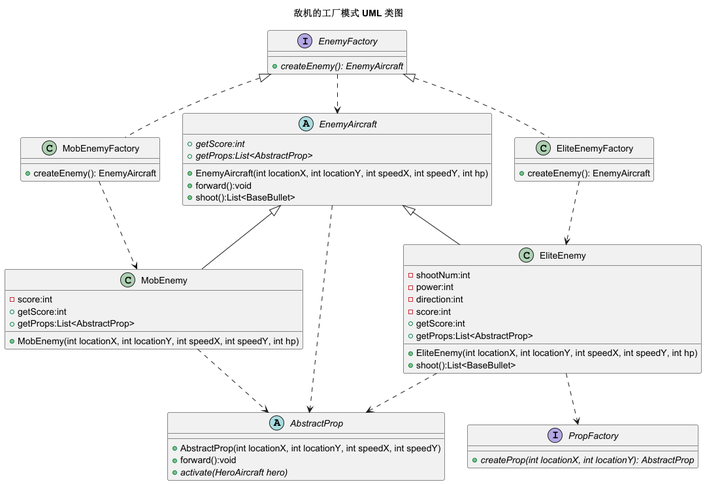
Earlier version of the PlantUML export uml/enemy-factory-pattern.png (SorenZhang574/AircraftWar).
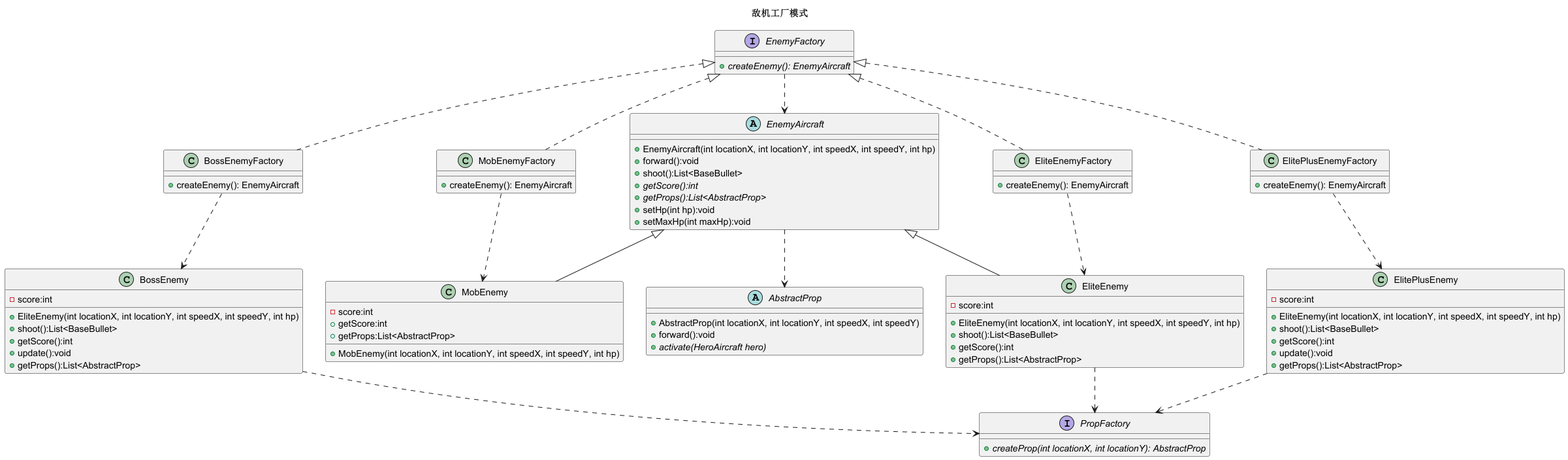
After the commit.

What changed in the source:
```diff
@@ -1,6 +1,6 @@
 @startuml
 
-title 敌机的工厂模式 UML 类图
+title 敌机工厂模式
 
 abstract class AbstractProp {
     + AbstractProp(int locationX, int locationY, int speedX, int speedY)
@@ -16,19 +16,36 @@
     + EnemyAircraft(int locationX, int locationY, int speedX, int speedY, int hp)
     + forward():void
     + shoot():List<BaseBullet>
-    + {abstract} getScore:int
-    + {abstract} getProps:List<AbstractProp>
+    + {abstract} getScore():int
+    + {abstract} getProps():List<AbstractProp>
+    + setHp(int hp):void
+    + setMaxHp(int maxHp):void
+}
+
+class BossEnemy {
+    - score:int
+    + EliteEnemy(int locationX, int locationY, int speedX, int speedY, int hp)
+    + shoot():List<BaseBullet>
+    + getScore():int
+    + update():void
+    + getProps():List<AbstractProp>
 }
 
 class EliteEnemy {
-    - shootNum:int
-    - power:int
-    - direction:int
     - score:int
     + EliteEnemy(int locationX, int locationY, int speedX, int speedY, int hp)
     + shoot():List<BaseBullet>
-    + getScore:int
-    + getProps:List<AbstractProp>
+    + getScore():int
+    + getProps():List<AbstractProp>
+}
+
+class ElitePlusEnemy {
+    - score:int
+    + EliteEnemy(int locationX, int locationY, int speedX, int speedY, int hp)
+    + shoot():List<BaseBullet>
+    + getScore():int
+    + update():void
+    + getProps():List<AbstractProp>
 }
 
 class MobEnemy {
@@ -50,19 +67,31 @@
     + createEnemy(): EnemyAircraft
 }
 
+class ElitePlusEnemyFactory {
+    + createEnemy(): EnemyAircraft
+}
+
+class BossEnemyFactory {
+    + createEnemy(): EnemyAircraft
+}
+
 EnemyAircraft <|-- MobEnemy
 EnemyAircraft <|-- EliteEnemy
 EnemyAircraft ..> AbstractProp
-MobEnemy ..> AbstractProp
-EliteEnemy ..> AbstractProp
 
 EnemyFactory <|.. MobEnemyFactory
 EnemyFactory <|.. EliteEnemyFactory
+EnemyFactory <|.. ElitePlusEnemyFactory
+EnemyFactory <|.. BossEnemyFactory
+ElitePlusEnemy ..> PropFactory
 EliteEnemy ..> PropFactory
+BossEnemy ..> PropFactory
 
 EnemyFactory ..> EnemyAircraft
 
 MobEnemyFactory ..> MobEnemy
 EliteEnemyFactory ..> EliteEnemy
+ElitePlusEnemyFactory ..> ElitePlusEnemy
+BossEnemyFactory ..> BossEnemy
 
 @enduml
```
